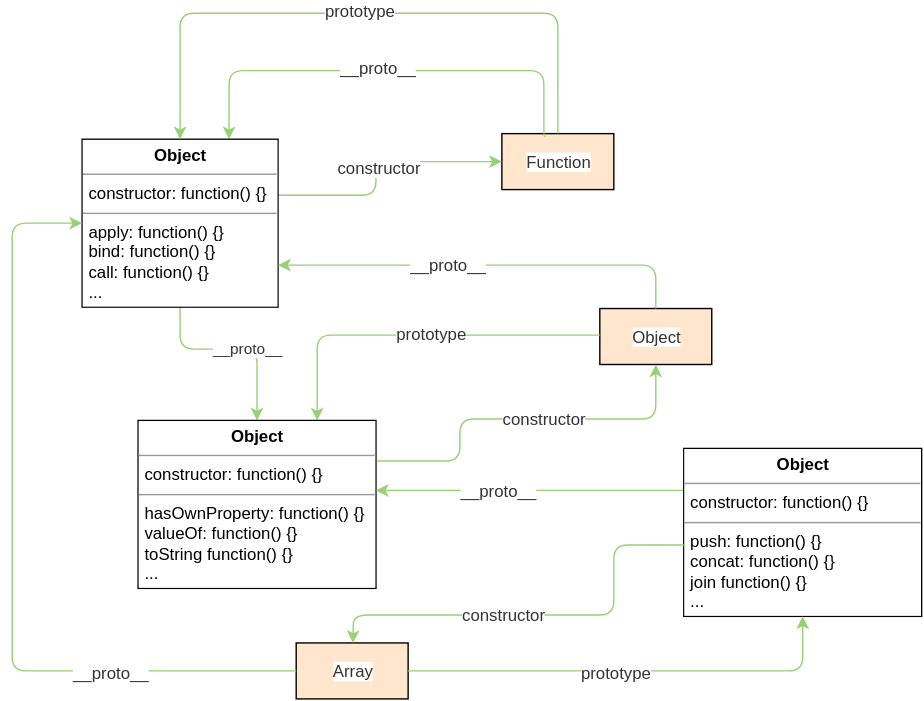
This is JavaScript-core.svg from wz-fork/blog, a draw.io export, as it was before one commit. Source tidied: cells renumbered, new cells last; positions are measured from the earlier drawing's top-left corner, leaving out a move shared by most shapes. Source of this version:
```xml
<mxGraphModel background="#ffffff">
  <root>
    <mxCell id="0" />
    <mxCell id="1" parent="0" />
    <mxCell id="2" value="Function" style="whiteSpace=wrap;html=1;labelBackgroundColor=#ffffff;fillColor=#FFE6CC;fontColor=#333333;" parent="1" vertex="1">
      <mxGeometry x="350" y="86" width="80" height="40" as="geometry" />
    </mxCell>
    <mxCell id="3" value="Object" style="whiteSpace=wrap;html=1;labelBackgroundColor=#ffffff;fillColor=#FFE6CC;fontColor=#333333;" parent="1" vertex="1">
      <mxGeometry x="420" y="211" width="80" height="40" as="geometry" />
    </mxCell>
    <mxCell id="4" value="Array" style="whiteSpace=wrap;html=1;labelBackgroundColor=#ffffff;fillColor=#FFE6CC;fontColor=#333333;" parent="1" vertex="1">
      <mxGeometry x="203" y="450" width="80" height="40" as="geometry" />
    </mxCell>
    <mxCell id="5" style="endArrow=classic;html=1;shadow=0;strokeColor=#97D077;fontColor=#333333;entryX=0;entryY=0.5;" parent="1" edge="1" target="2">
      <mxGeometry relative="1" as="geometry">
        <mxPoint x="190" y="130" as="sourcePoint" />
        <Array as="points">
          <mxPoint x="260" y="130" />
          <mxPoint x="260" y="106" />
        </Array>
      </mxGeometry>
    </mxCell>
    <mxCell id="6" value="constructor" style="text;html=1;align=center;verticalAlign=middle;labelBackgroundColor=#ffffff;fontColor=#333333;" parent="5" vertex="1">
      <mxGeometry x="-0.03" y="-2" relative="1" as="geometry">
        <mxPoint y="-2" as="offset" />
      </mxGeometry>
    </mxCell>
    <mxCell id="7" style="edgeStyle=segmentEdgeStyle;endArrow=classic;html=1;shadow=0;strokeColor=#97D077;fontColor=#333333;entryX=0.75;entryY=0;exitX=0.388;exitY=0.05;exitPerimeter=0;" parent="1" edge="1" source="2" target="14">
      <mxGeometry relative="1" as="geometry">
        <Array as="points">
          <mxPoint x="380" y="88" />
          <mxPoint x="380" y="41" />
          <mxPoint x="155" y="41" />
        </Array>
      </mxGeometry>
    </mxCell>
    <mxCell id="8" value="__proto__" style="text;html=1;align=center;verticalAlign=middle;labelBackgroundColor=#ffffff;fontColor=#333333;" parent="7" vertex="1">
      <mxGeometry x="0.05" y="2" relative="1" as="geometry">
        <mxPoint x="2" y="-5" as="offset" />
      </mxGeometry>
    </mxCell>
    <mxCell id="9" style="endArrow=classic;html=1;shadow=0;strokeColor=#97D077;fontColor=#333333;entryX=0.5;entryY=1;" parent="1" edge="1" target="3">
      <mxGeometry x="370" y="281" as="geometry">
        <mxPoint x="261" y="320" as="sourcePoint" />
        <Array as="points">
          <mxPoint x="320" y="320" />
          <mxPoint x="320" y="290" />
          <mxPoint x="460" y="290" />
        </Array>
      </mxGeometry>
    </mxCell>
    <mxCell id="10" value="constructor" style="text;html=1;align=center;verticalAlign=middle;labelBackgroundColor=#ffffff;fontColor=#333333;" parent="9" vertex="1">
      <mxGeometry relative="1" as="geometry">
        <mxPoint x="15" y="-1" as="offset" />
      </mxGeometry>
    </mxCell>
    <mxCell id="11" value="__proto__" style="endArrow=classic;html=1;strokeColor=#97D077;fontColor=#333333;exitX=0.5;exitY=1;entryX=0.5;entryY=0;" parent="1" edge="1" source="14" target="17">
      <mxGeometry as="geometry">
        <Array as="points">
          <mxPoint x="120" y="240" />
          <mxPoint x="175" y="240" />
        </Array>
        <mxPoint x="23" y="-11" as="offset" />
      </mxGeometry>
    </mxCell>
    <mxCell id="12" style="edgeStyle=elbowEdgeStyle;elbow=vertical;endArrow=classic;html=1;shadow=0;strokeColor=#97D077;fontColor=#333333;entryX=0.75;entryY=0;" parent="1" edge="1" target="17">
      <mxGeometry relative="1" as="geometry">
        <mxPoint x="420" y="230" as="sourcePoint" />
        <Array as="points">
          <mxPoint x="240" y="230" />
        </Array>
      </mxGeometry>
    </mxCell>
    <mxCell id="13" value="prototype" style="text;html=1;align=center;verticalAlign=middle;labelBackgroundColor=#ffffff;fontColor=#333333;" parent="12" vertex="1">
      <mxGeometry x="-0.08" relative="1" as="geometry">
        <mxPoint y="-2" as="offset" />
      </mxGeometry>
    </mxCell>
    <mxCell id="14" value="&lt;p style=&quot;margin: 0px ; margin-top: 4px ; text-align: center&quot;&gt;&lt;b&gt;Object&lt;/b&gt;&lt;/p&gt;&lt;hr size=&quot;1&quot;&gt;&lt;p style=&quot;margin: 0px ; margin-left: 4px&quot;&gt;constructor: function() {}&lt;/p&gt;&lt;hr size=&quot;1&quot;&gt;&lt;p style=&quot;margin: 0px ; margin-left: 4px&quot;&gt;apply: function() {}&lt;br&gt;bind: function() {}&lt;br&gt;call: function() {}&lt;br&gt;...&lt;/p&gt;" style="verticalAlign=top;align=left;overflow=fill;fontSize=12;fontFamily=Helvetica;html=1;labelBackgroundColor=#ffffff;strokeColor=#000000;fillColor=none;" parent="1" vertex="1">
      <mxGeometry x="50" y="90" width="140" height="120" as="geometry" />
    </mxCell>
    <mxCell id="15" style="edgeStyle=elbowEdgeStyle;elbow=vertical;endArrow=classic;html=1;shadow=0;strokeColor=#97D077;fontColor=#333333;exitX=0.5;exitY=0;" parent="1" edge="1" source="2">
      <mxGeometry relative="1" as="geometry">
        <mxPoint x="120" y="90" as="targetPoint" />
        <Array as="points">
          <mxPoint x="250" />
        </Array>
      </mxGeometry>
    </mxCell>
    <mxCell id="16" value="prototype" style="text;html=1;align=center;verticalAlign=middle;labelBackgroundColor=#ffffff;fontColor=#333333;" parent="15" vertex="1">
      <mxGeometry x="-0.1" y="-1" relative="1" as="geometry">
        <mxPoint x="-28" y="-2" as="offset" />
      </mxGeometry>
    </mxCell>
    <mxCell id="17" value="&lt;p style=&quot;margin: 0px ; margin-top: 4px ; text-align: center&quot;&gt;&lt;b&gt;Object&lt;/b&gt;&lt;/p&gt;&lt;hr size=&quot;1&quot;&gt;&lt;p style=&quot;margin: 0px ; margin-left: 4px&quot;&gt;constructor: function() {}&lt;/p&gt;&lt;hr size=&quot;1&quot;&gt;&lt;p style=&quot;margin: 0px ; margin-left: 4px&quot;&gt;&lt;span&gt;hasOwnProperty&lt;/span&gt;: function() {}&lt;br&gt;valueOf: function() {}&lt;br&gt;toString&amp;nbsp;function() {}&lt;br&gt;...&lt;/p&gt;" style="verticalAlign=top;align=left;overflow=fill;fontSize=12;fontFamily=Helvetica;html=1;labelBackgroundColor=#ffffff;strokeColor=#000000;fillColor=none;" parent="1" vertex="1">
      <mxGeometry x="90" y="291" width="170" height="120" as="geometry" />
    </mxCell>
    <mxCell id="18" style="endArrow=classic;html=1;shadow=0;strokeColor=#97D077;fontColor=#333333;entryX=1;entryY=0.75;exitX=0.5;exitY=0;" parent="1" edge="1" source="3" target="14">
      <mxGeometry relative="1" as="geometry">
        <Array as="points">
          <mxPoint x="460" y="180" />
        </Array>
      </mxGeometry>
    </mxCell>
    <mxCell id="19" value="__proto__" style="text;html=1;align=center;verticalAlign=middle;labelBackgroundColor=#ffffff;fontColor=#333333;" parent="18" vertex="1">
      <mxGeometry x="0.19" y="-1" relative="1" as="geometry" />
    </mxCell>
    <mxCell id="20" style="edgeStyle=orthogonalEdgeStyle;rounded=0;html=1;exitX=0;exitY=0.25;entryX=1;entryY=0.416;entryPerimeter=0;shadow=0;jettySize=auto;strokeColor=#97D077;fontColor=#333333;" parent="1" edge="1" source="22" target="17">
      <mxGeometry relative="1" as="geometry" />
    </mxCell>
    <mxCell id="21" value="__proto__" style="text;html=1;align=center;verticalAlign=middle;labelBackgroundColor=#ffffff;fontColor=#333333;" parent="20" vertex="1">
      <mxGeometry x="0.21" y="4" relative="1" as="geometry">
        <mxPoint y="-5" as="offset" />
      </mxGeometry>
    </mxCell>
    <mxCell id="22" value="&lt;p style=&quot;margin: 0px ; margin-top: 4px ; text-align: center&quot;&gt;&lt;b&gt;Object&lt;/b&gt;&lt;/p&gt;&lt;hr size=&quot;1&quot;&gt;&lt;p style=&quot;margin: 0px ; margin-left: 4px&quot;&gt;constructor: function() {}&lt;/p&gt;&lt;hr size=&quot;1&quot;&gt;&lt;p style=&quot;margin: 0px ; margin-left: 4px&quot;&gt;&lt;span&gt;push&lt;/span&gt;: function() {}&lt;br&gt;concat: function() {}&lt;br&gt;join function() {}&lt;br&gt;...&lt;/p&gt;" style="verticalAlign=top;align=left;overflow=fill;fontSize=12;fontFamily=Helvetica;html=1;labelBackgroundColor=#ffffff;strokeColor=#000000;fillColor=none;" parent="1" vertex="1">
      <mxGeometry x="480" y="311" width="170" height="120" as="geometry" />
    </mxCell>
    <mxCell id="23" style="endArrow=classic;html=1;shadow=0;strokeColor=#97D077;fontColor=#333333;" parent="1" edge="1" target="4">
      <mxGeometry relative="1" as="geometry">
        <mxPoint x="480" y="380" as="sourcePoint" />
        <Array as="points">
          <mxPoint x="430" y="380" />
          <mxPoint x="430" y="430" />
          <mxPoint x="244" y="430" />
        </Array>
      </mxGeometry>
    </mxCell>
    <mxCell id="24" value="constructor" style="text;html=1;align=center;verticalAlign=middle;labelBackgroundColor=#ffffff;fontColor=#333333;" parent="23" vertex="1">
      <mxGeometry x="0.07" y="-1" relative="1" as="geometry">
        <mxPoint x="-16" as="offset" />
      </mxGeometry>
    </mxCell>
    <mxCell id="25" style="edgeStyle=elbowEdgeStyle;elbow=vertical;endArrow=classic;html=1;shadow=0;strokeColor=#97D077;fontColor=#333333;entryX=0.5;entryY=1;exitX=1;exitY=0.5;" parent="1" edge="1" source="4" target="22">
      <mxGeometry relative="1" as="geometry">
        <Array as="points">
          <mxPoint x="430" y="470" />
        </Array>
      </mxGeometry>
    </mxCell>
    <mxCell id="26" value="prototype" style="text;html=1;align=center;verticalAlign=middle;labelBackgroundColor=#ffffff;fontColor=#333333;" parent="25" vertex="1">
      <mxGeometry x="-0.04" y="-3" relative="1" as="geometry">
        <mxPoint x="-6" y="-3" as="offset" />
      </mxGeometry>
    </mxCell>
    <mxCell id="27" style="edgeStyle=elbowEdgeStyle;elbow=vertical;endArrow=classic;html=1;shadow=0;strokeColor=#97D077;fontColor=#333333;exitX=0;exitY=0.5;entryX=0;entryY=0.5;" parent="1" edge="1" source="4" target="14">
      <mxGeometry relative="1" as="geometry">
        <Array as="points">
          <mxPoint y="310" />
        </Array>
      </mxGeometry>
    </mxCell>
    <mxCell id="28" value="__proto__" style="text;html=1;align=center;verticalAlign=middle;labelBackgroundColor=#ffffff;fontColor=#333333;" parent="27" vertex="1">
      <mxGeometry x="-0.49" relative="1" as="geometry">
        <mxPoint x="13" as="offset" />
      </mxGeometry>
    </mxCell>
  </root>
</mxGraphModel>
```
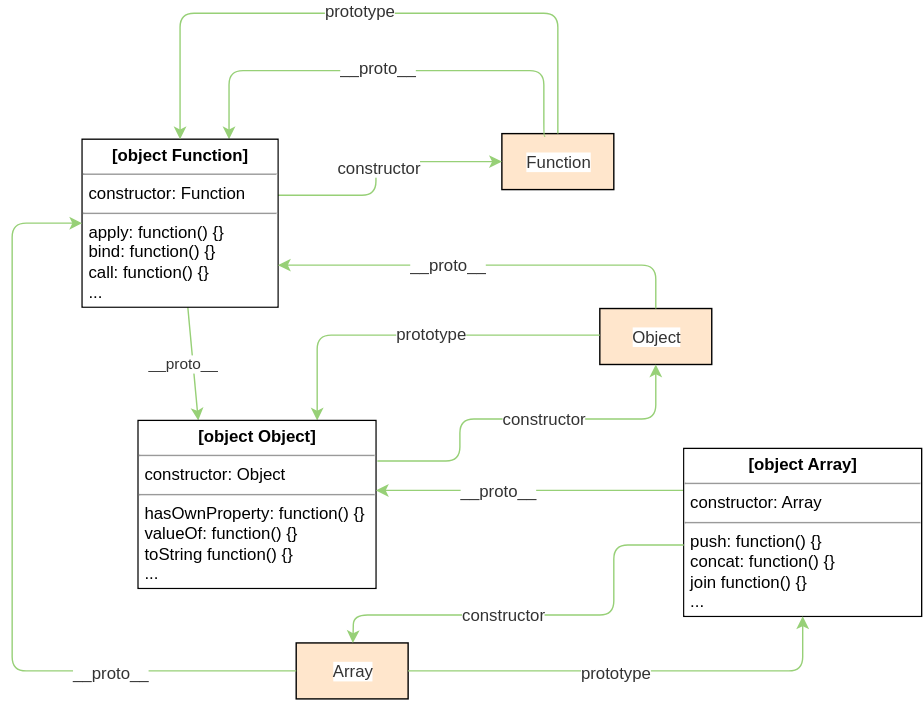
After the change.

Change to the diagram source:
```diff
@@ -54,13 +54,9 @@
         <mxPoint x="15" y="-1" as="offset" />
       </mxGeometry>
     </mxCell>
-    <mxCell id="11" value="__proto__" style="endArrow=classic;html=1;strokeColor=#97D077;fontColor=#333333;exitX=0.5;exitY=1;entryX=0.5;entryY=0;" parent="1" edge="1" source="14" target="17">
+    <mxCell id="11" value="__proto__" style="endArrow=classic;html=1;strokeColor=#97D077;fontColor=#333333;entryX=0.25;entryY=0;" parent="1" edge="1" source="14" target="17">
       <mxGeometry as="geometry">
-        <Array as="points">
-          <mxPoint x="120" y="240" />
-          <mxPoint x="175" y="240" />
-        </Array>
-        <mxPoint x="23" y="-11" as="offset" />
+        <mxPoint x="-4" as="offset" />
       </mxGeometry>
     </mxCell>
     <mxCell id="12" style="edgeStyle=elbowEdgeStyle;elbow=vertical;endArrow=classic;html=1;shadow=0;strokeColor=#97D077;fontColor=#333333;entryX=0.75;entryY=0;" parent="1" edge="1" target="17">
@@ -76,7 +72,7 @@
         <mxPoint y="-2" as="offset" />
       </mxGeometry>
     </mxCell>
-    <mxCell id="14" value="&lt;p style=&quot;margin: 0px ; margin-top: 4px ; text-align: center&quot;&gt;&lt;b&gt;Object&lt;/b&gt;&lt;/p&gt;&lt;hr size=&quot;1&quot;&gt;&lt;p style=&quot;margin: 0px ; margin-left: 4px&quot;&gt;constructor: function() {}&lt;/p&gt;&lt;hr size=&quot;1&quot;&gt;&lt;p style=&quot;margin: 0px ; margin-left: 4px&quot;&gt;apply: function() {}&lt;br&gt;bind: function() {}&lt;br&gt;call: function() {}&lt;br&gt;...&lt;/p&gt;" style="verticalAlign=top;align=left;overflow=fill;fontSize=12;fontFamily=Helvetica;html=1;labelBackgroundColor=#ffffff;strokeColor=#000000;fillColor=none;" parent="1" vertex="1">
+    <mxCell id="14" value="&lt;p style=&quot;margin: 0px ; margin-top: 4px ; text-align: center&quot;&gt;&lt;b&gt;[object Function]&lt;/b&gt;&lt;br&gt;&lt;/p&gt;&lt;hr size=&quot;1&quot;&gt;&lt;p style=&quot;margin: 0px ; margin-left: 4px&quot;&gt;constructor: Function&lt;/p&gt;&lt;hr size=&quot;1&quot;&gt;&lt;p style=&quot;margin: 0px ; margin-left: 4px&quot;&gt;apply: function() {}&lt;br&gt;bind: function() {}&lt;br&gt;call: function() {}&lt;br&gt;...&lt;/p&gt;" style="verticalAlign=top;align=left;overflow=fill;fontSize=12;fontFamily=Helvetica;html=1;labelBackgroundColor=#ffffff;strokeColor=#000000;fillColor=none;" parent="1" vertex="1">
       <mxGeometry x="50" y="90" width="140" height="120" as="geometry" />
     </mxCell>
     <mxCell id="15" style="edgeStyle=elbowEdgeStyle;elbow=vertical;endArrow=classic;html=1;shadow=0;strokeColor=#97D077;fontColor=#333333;exitX=0.5;exitY=0;" parent="1" edge="1" source="2">
@@ -92,7 +88,7 @@
         <mxPoint x="-28" y="-2" as="offset" />
       </mxGeometry>
     </mxCell>
-    <mxCell id="17" value="&lt;p style=&quot;margin: 0px ; margin-top: 4px ; text-align: center&quot;&gt;&lt;b&gt;Object&lt;/b&gt;&lt;/p&gt;&lt;hr size=&quot;1&quot;&gt;&lt;p style=&quot;margin: 0px ; margin-left: 4px&quot;&gt;constructor: function() {}&lt;/p&gt;&lt;hr size=&quot;1&quot;&gt;&lt;p style=&quot;margin: 0px ; margin-left: 4px&quot;&gt;&lt;span&gt;hasOwnProperty&lt;/span&gt;: function() {}&lt;br&gt;valueOf: function() {}&lt;br&gt;toString&amp;nbsp;function() {}&lt;br&gt;...&lt;/p&gt;" style="verticalAlign=top;align=left;overflow=fill;fontSize=12;fontFamily=Helvetica;html=1;labelBackgroundColor=#ffffff;strokeColor=#000000;fillColor=none;" parent="1" vertex="1">
+    <mxCell id="17" value="&lt;p style=&quot;margin: 0px ; margin-top: 4px ; text-align: center&quot;&gt;&lt;b&gt;[object Object]&lt;/b&gt;&lt;br&gt;&lt;/p&gt;&lt;hr size=&quot;1&quot;&gt;&lt;p style=&quot;margin: 0px ; margin-left: 4px&quot;&gt;constructor: Object&lt;/p&gt;&lt;hr size=&quot;1&quot;&gt;&lt;p style=&quot;margin: 0px ; margin-left: 4px&quot;&gt;&lt;span&gt;hasOwnProperty&lt;/span&gt;: function() {}&lt;br&gt;valueOf: function() {}&lt;br&gt;toString&amp;nbsp;function() {}&lt;br&gt;...&lt;/p&gt;" style="verticalAlign=top;align=left;overflow=fill;fontSize=12;fontFamily=Helvetica;html=1;labelBackgroundColor=#ffffff;strokeColor=#000000;fillColor=none;" parent="1" vertex="1">
       <mxGeometry x="90" y="291" width="170" height="120" as="geometry" />
     </mxCell>
     <mxCell id="18" style="endArrow=classic;html=1;shadow=0;strokeColor=#97D077;fontColor=#333333;entryX=1;entryY=0.75;exitX=0.5;exitY=0;" parent="1" edge="1" source="3" target="14">
@@ -113,7 +109,7 @@
         <mxPoint y="-5" as="offset" />
       </mxGeometry>
     </mxCell>
-    <mxCell id="22" value="&lt;p style=&quot;margin: 0px ; margin-top: 4px ; text-align: center&quot;&gt;&lt;b&gt;Object&lt;/b&gt;&lt;/p&gt;&lt;hr size=&quot;1&quot;&gt;&lt;p style=&quot;margin: 0px ; margin-left: 4px&quot;&gt;constructor: function() {}&lt;/p&gt;&lt;hr size=&quot;1&quot;&gt;&lt;p style=&quot;margin: 0px ; margin-left: 4px&quot;&gt;&lt;span&gt;push&lt;/span&gt;: function() {}&lt;br&gt;concat: function() {}&lt;br&gt;join function() {}&lt;br&gt;...&lt;/p&gt;" style="verticalAlign=top;align=left;overflow=fill;fontSize=12;fontFamily=Helvetica;html=1;labelBackgroundColor=#ffffff;strokeColor=#000000;fillColor=none;" parent="1" vertex="1">
+    <mxCell id="22" value="&lt;p style=&quot;margin: 0px ; margin-top: 4px ; text-align: center&quot;&gt;&lt;b&gt;[object Array]&lt;/b&gt;&lt;br&gt;&lt;/p&gt;&lt;hr size=&quot;1&quot;&gt;&lt;p style=&quot;margin: 0px ; margin-left: 4px&quot;&gt;constructor: Array&lt;/p&gt;&lt;hr size=&quot;1&quot;&gt;&lt;p style=&quot;margin: 0px ; margin-left: 4px&quot;&gt;&lt;span&gt;push&lt;/span&gt;: function() {}&lt;br&gt;concat: function() {}&lt;br&gt;join function() {}&lt;br&gt;...&lt;/p&gt;" style="verticalAlign=top;align=left;overflow=fill;fontSize=12;fontFamily=Helvetica;html=1;labelBackgroundColor=#ffffff;strokeColor=#000000;fillColor=none;" parent="1" vertex="1">
       <mxGeometry x="480" y="311" width="170" height="120" as="geometry" />
     </mxCell>
     <mxCell id="23" style="endArrow=classic;html=1;shadow=0;strokeColor=#97D077;fontColor=#333333;" parent="1" edge="1" target="4">
```
